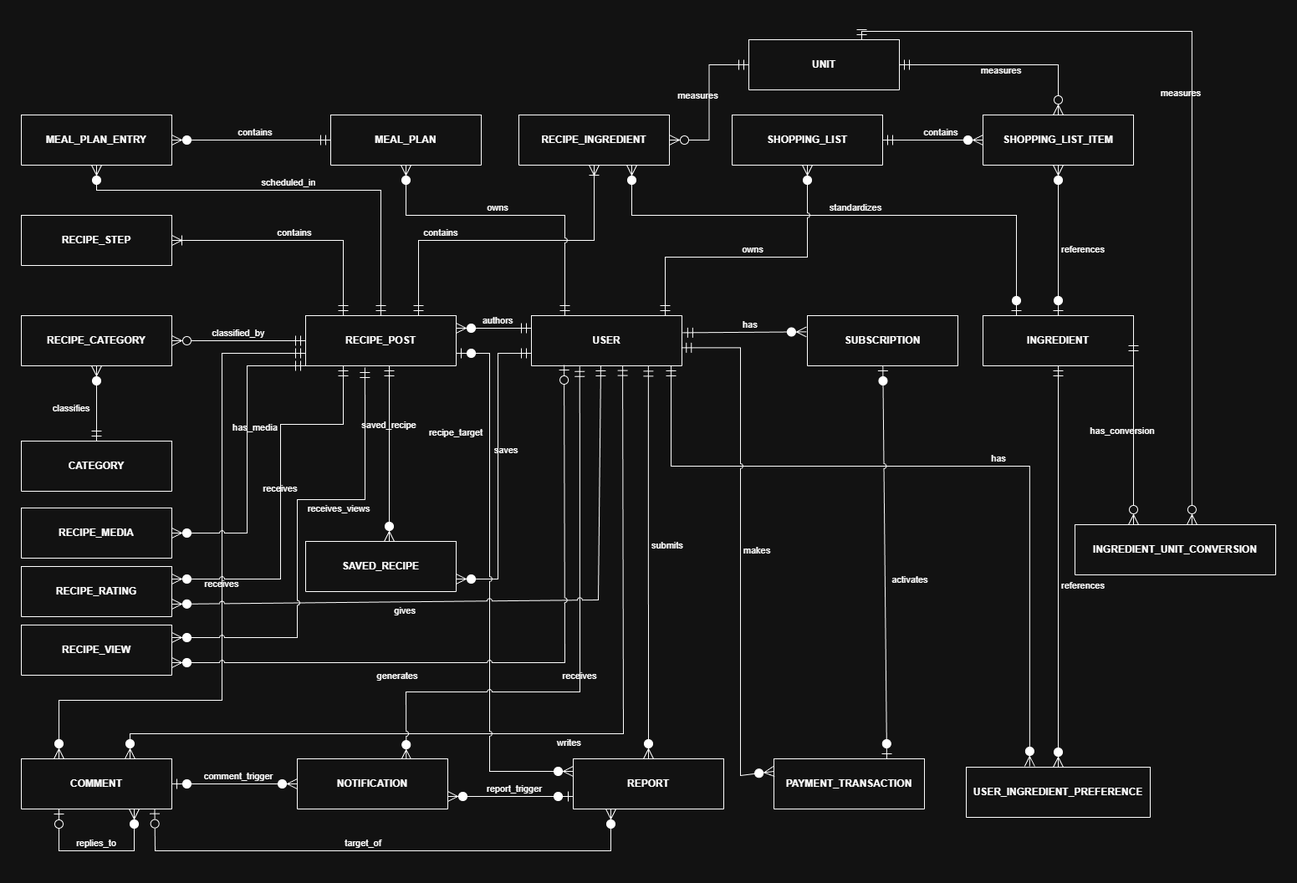
NgaiLong49423/vegetarian-support-system keeps this draw.io diagram as docs/diagrams/ERD/conceptual-erd-v1.0.0.drawio.png. Above is the earlier version. Source tidied: cells renumbered, new cells last; positions are measured from the earlier drawing's top-left corner, leaving out a move shared by most shapes.
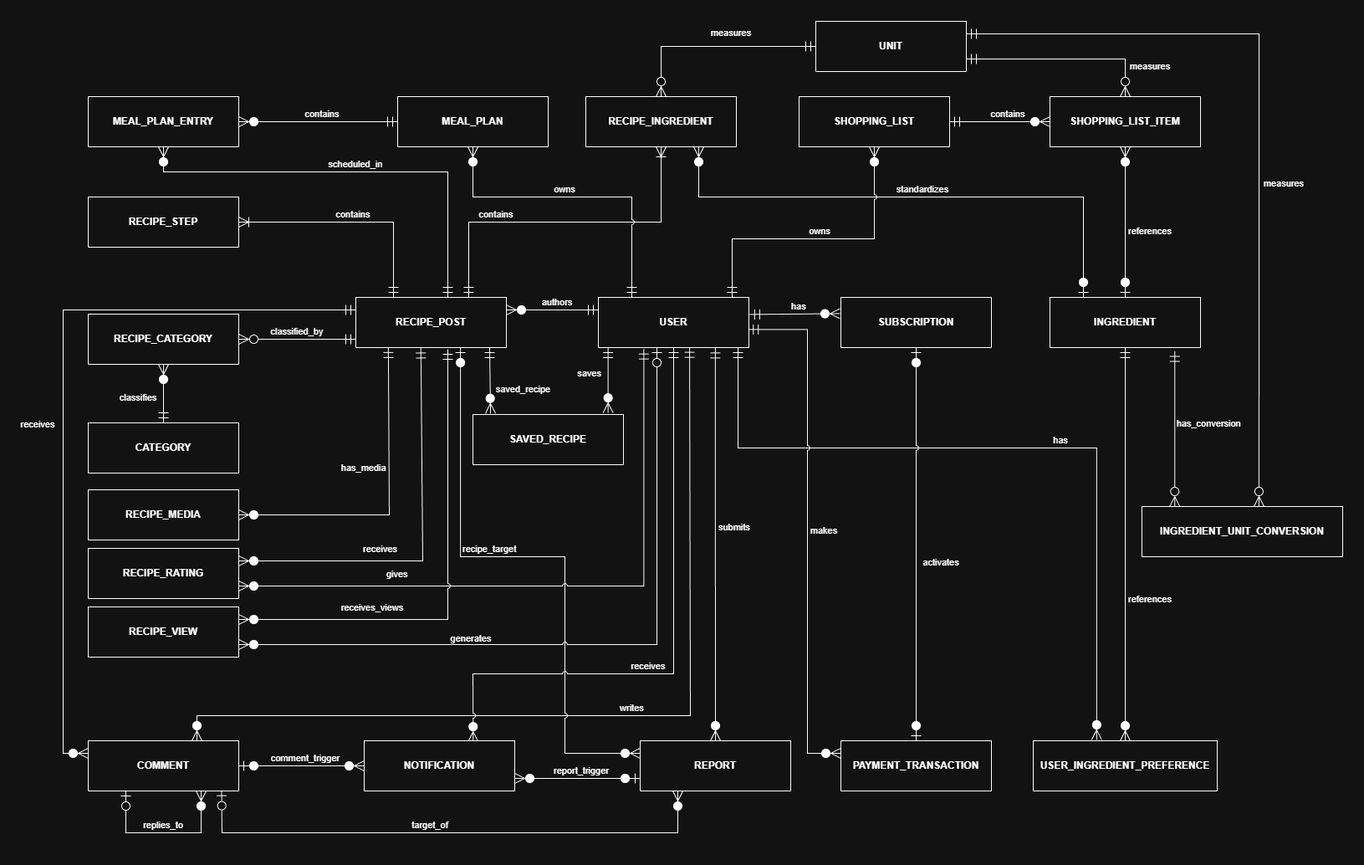
The same file after the commit.

Commit message:
docs(erd): update conceptual erd and add logical erd v0.1.0

What changed in the source:
```diff
@@ -8,3 +8,3 @@
     <mxCell id="3" value="USER_INGREDIENT_PREFERENCE" style="shape=table;startSize=60;whiteSpace=wrap;rowLines=1;fontStyle=1;align=center;labelBackgroundColor=none;" parent="1" vertex="1">
-      <mxGeometry x="1130" y="870" width="220" height="60" as="geometry" />
+      <mxGeometry x="1130" y="860" width="220" height="60" as="geometry" />
     </mxCell>
@@ -14,3 +14,3 @@
     <mxCell id="5" value="RECIPE_POST" style="shape=table;startSize=60;whiteSpace=wrap;rowLines=1;fontStyle=1;align=center;labelBackgroundColor=none;" parent="1" vertex="1">
-      <mxGeometry x="340" y="330" width="180" height="60" as="geometry" />
+      <mxGeometry x="320" y="330" width="180" height="60" as="geometry" />
     </mxCell>
@@ -20,3 +20,3 @@
     <mxCell id="7" value="RECIPE_CATEGORY" style="shape=table;startSize=60;whiteSpace=wrap;rowLines=1;fontStyle=1;align=center;labelBackgroundColor=none;" parent="1" vertex="1">
-      <mxGeometry y="330" width="180" height="60" as="geometry" />
+      <mxGeometry y="350" width="180" height="60" as="geometry" />
     </mxCell>
@@ -44,3 +44,3 @@
     <mxCell id="15" value="SUBSCRIPTION" style="shape=table;startSize=60;whiteSpace=wrap;rowLines=1;fontStyle=1;align=center;labelBackgroundColor=none;" parent="1" vertex="1">
-      <mxGeometry x="940" y="330" width="180" height="60" as="geometry" />
+      <mxGeometry x="900" y="330" width="180" height="60" as="geometry" />
     </mxCell>
@@ -58,3 +58,3 @@
     <mxCell id="18" value="references" style="startArrow=ERmandOne;startSize=10;endArrow=ERzeroToMany;endSize=10;rounded=0;noEdgeStyle=1;jumpStyle=arc;labelBackgroundColor=none;fontColor=default;" parent="1" edge="1" source="4" target="3">
-      <mxGeometry x="0.09" y="30" relative="1" as="geometry" />
+      <mxGeometry x="0.28" y="30" relative="1" as="geometry" />
     </mxCell>
@@ -75,3 +75,7 @@
     <mxCell id="22" value="classified_by" style="startArrow=ERmandOne;startSize=10;endArrow=ERzeroToMany;endSize=10;rounded=0;noEdgeStyle=1;orthogonal=1;labelBackgroundColor=none;fontColor=default;endFill=0;startFill=0;" parent="1" edge="1" source="5" target="7">
-      <mxGeometry y="-10" relative="1" as="geometry" />
+      <mxGeometry y="-10" relative="1" as="geometry">
+        <Array as="points">
+          <mxPoint x="260" y="380" />
+        </Array>
+      </mxGeometry>
     </mxCell>
@@ -80,15 +84,14 @@
     </mxCell>
-    <mxCell id="24" value="saves" style="startArrow=ERmandOne;startSize=10;endArrow=ERzeroToMany;endSize=10;rounded=0;jumpStyle=arc;labelBackgroundColor=none;fontColor=default;exitX=0;exitY=0.75;exitDx=0;exitDy=0;entryX=1;entryY=0.75;entryDx=0;entryDy=0;" parent="1" edge="1" source="2" target="45">
-      <mxGeometry x="-0.14" y="10" relative="1" as="geometry">
-        <Array as="points">
-          <mxPoint x="570" y="375" />
-          <mxPoint x="570" y="645" />
-        </Array>
+    <mxCell id="24" value="saves" style="startArrow=ERmandOne;startSize=10;endArrow=ERzeroToMany;endSize=10;rounded=0;jumpStyle=arc;labelBackgroundColor=none;fontColor=default;" parent="1" edge="1">
+      <mxGeometry x="-0.23" y="-22" relative="1" as="geometry">
+        <mxPoint x="621.6" y="390" as="sourcePoint" />
+        <mxPoint x="621.6" y="468.1" as="targetPoint" />
       </mxGeometry>
     </mxCell>
-    <mxCell id="25" value="saved_recipe" style="startArrow=ERmandOne;startSize=10;endArrow=ERzeroToMany;endSize=10;rounded=0;noEdgeStyle=1;orthogonal=1;jumpStyle=arc;labelBackgroundColor=none;fontColor=default;" parent="1" edge="1" source="5" target="45">
-      <mxGeometry x="-0.33" relative="1" as="geometry">
+    <mxCell id="25" value="saved_recipe" style="startArrow=ERmandOne;startSize=10;endArrow=ERzeroToMany;endSize=10;rounded=0;orthogonal=1;jumpStyle=arc;labelBackgroundColor=none;fontColor=default;entryX=0.117;entryY=-0.021;entryDx=0;entryDy=0;entryPerimeter=0;" parent="1" edge="1" source="5" target="45">
+      <mxGeometry x="0.29" y="40" relative="1" as="geometry">
         <Array as="points">
-          <mxPoint x="440" y="500" />
+          <mxPoint x="480" y="420" />
         </Array>
+        <mxPoint y="-1" as="offset" />
       </mxGeometry>
@@ -96,3 +99,3 @@
     <mxCell id="26" value="writes" style="startArrow=ERmandOne;startSize=10;endArrow=ERzeroToMany;endSize=10;rounded=0;jumpStyle=arc;labelBackgroundColor=none;fontColor=default;entryX=0.722;entryY=0;entryDx=0;entryDy=0;exitX=0.606;exitY=0.993;exitDx=0;exitDy=0;exitPerimeter=0;entryPerimeter=0;" parent="1" edge="1" source="2" target="9">
-      <mxGeometry x="-0.05" y="10" relative="1" as="geometry">
+      <mxGeometry x="-0.04" y="-10" relative="1" as="geometry">
         <Array as="points">
@@ -104,10 +107,9 @@
     </mxCell>
-    <mxCell id="27" value="receives" style="startArrow=ERmandOne;startSize=10;endArrow=ERzeroToMany;endSize=10;rounded=0;orthogonal=1;labelBackgroundColor=none;fontColor=default;entryX=0.25;entryY=0;entryDx=0;entryDy=0;exitX=0;exitY=0.75;exitDx=0;exitDy=0;jumpStyle=arc;" parent="1" edge="1" source="5" target="9">
-      <mxGeometry x="-0.04" relative="1" as="geometry">
+    <mxCell id="27" value="receives" style="startArrow=ERmandOne;startSize=10;endArrow=ERzeroToMany;endSize=10;rounded=0;orthogonal=1;labelBackgroundColor=none;fontColor=default;entryX=0;entryY=0.25;entryDx=0;entryDy=0;exitX=0;exitY=0.25;exitDx=0;exitDy=0;jumpStyle=arc;" parent="1" edge="1" source="5" target="9">
+      <mxGeometry x="0.07" y="-30" relative="1" as="geometry">
         <Array as="points">
-          <mxPoint x="240" y="375" />
-          <mxPoint x="240" y="640" />
-          <mxPoint x="240" y="790" />
-          <mxPoint x="45" y="790" />
+          <mxPoint x="-30" y="345" />
+          <mxPoint x="-30" y="875" />
         </Array>
+        <mxPoint y="1" as="offset" />
       </mxGeometry>
@@ -117,7 +119,9 @@
     </mxCell>
-    <mxCell id="29" value="recipe_target" style="startArrow=ERzeroToOne;startSize=10;endArrow=ERzeroToMany;endSize=10;rounded=0;orthogonal=1;jumpStyle=arc;labelBackgroundColor=none;fontColor=default;exitX=1;exitY=0.75;exitDx=0;exitDy=0;entryX=0;entryY=0.25;entryDx=0;entryDy=0;" parent="1" edge="1" source="5" target="10">
-      <mxGeometry x="-0.58" y="-40" relative="1" as="geometry">
+    <mxCell id="29" value="recipe_target" style="startArrow=ERzeroToOne;startSize=10;endArrow=ERzeroToMany;endSize=10;rounded=0;orthogonal=1;jumpStyle=arc;labelBackgroundColor=none;fontColor=default;entryX=0;entryY=0.25;entryDx=0;entryDy=0;" parent="1" edge="1" target="10">
+      <mxGeometry x="-0.19" y="10" relative="1" as="geometry">
+        <mxPoint x="445.1" y="390" as="sourcePoint" />
         <Array as="points">
-          <mxPoint x="560" y="375" />
-          <mxPoint x="560" y="875" />
+          <mxPoint x="445.1" y="640" />
+          <mxPoint x="570" y="640" />
+          <mxPoint x="570" y="875" />
         </Array>
@@ -165,3 +169,3 @@
           <mxPoint x="860" y="368.4" />
-          <mxPoint x="860" y="880" />
+          <mxPoint x="860" y="875" />
         </Array>
@@ -169,9 +173,9 @@
     </mxCell>
-    <mxCell id="38" value="activates" style="startArrow=ERzeroToOne;startSize=10;endArrow=ERzeroToOne;endSize=10;rounded=0;noEdgeStyle=1;labelBackgroundColor=none;fontColor=default;jumpStyle=arc;exitX=0.75;exitY=0;exitDx=0;exitDy=0;" parent="1" edge="1" source="16" target="15">
+    <mxCell id="38" value="activates" style="startArrow=ERzeroToOne;startSize=10;endArrow=ERzeroToOne;endSize=10;rounded=0;noEdgeStyle=1;labelBackgroundColor=none;fontColor=default;jumpStyle=arc;exitX=0.5;exitY=0;exitDx=0;exitDy=0;" parent="1" edge="1" source="16" target="15">
       <mxGeometry x="-0.09" y="-30" relative="1" as="geometry" />
     </mxCell>
-    <mxCell id="39" value="receives" style="startArrow=ERmandOne;startSize=10;endArrow=ERzeroToMany;endSize=10;rounded=0;jumpStyle=arc;labelBackgroundColor=none;fontColor=default;exitX=0.321;exitY=1.013;exitDx=0;exitDy=0;exitPerimeter=0;entryX=0.724;entryY=0.019;entryDx=0;entryDy=0;entryPerimeter=0;" parent="1" edge="1" source="2" target="43">
-      <mxGeometry x="0.09" relative="1" as="geometry">
+    <mxCell id="39" value="receives" style="startArrow=ERmandOne;startSize=10;endArrow=ERzeroToMany;endSize=10;rounded=0;jumpStyle=arc;labelBackgroundColor=none;fontColor=default;exitX=0.5;exitY=1;exitDx=0;exitDy=0;entryX=0.724;entryY=0.019;entryDx=0;entryDy=0;entryPerimeter=0;" parent="1" edge="1" source="2" target="43">
+      <mxGeometry x="0.18" y="-10" relative="1" as="geometry">
         <Array as="points">
-          <mxPoint x="668" y="780" />
+          <mxPoint x="700" y="780" />
           <mxPoint x="570" y="780" />
@@ -208,3 +212,3 @@
     <mxCell id="45" value="SAVED_RECIPE" style="shape=table;startSize=60;whiteSpace=wrap;rowLines=1;fontStyle=1;align=center;labelBackgroundColor=none;" parent="1" vertex="1">
-      <mxGeometry x="340" y="600" width="180" height="60" as="geometry" />
+      <mxGeometry x="460" y="470" width="180" height="60" as="geometry" />
     </mxCell>
@@ -216,3 +220,3 @@
         <Array as="points">
-          <mxPoint x="385" y="240" />
+          <mxPoint x="365" y="240" />
         </Array>
@@ -220,10 +224,9 @@
     </mxCell>
-    <mxCell id="48" value="RECIPE_MEDIA" style="shape=table;startSize=60;whiteSpace=wrap;rowLines=1;fontStyle=1;align=center;labelBackgroundColor=none;" parent="1" vertex="1">
+    <mxCell id="48" value="RECIPE_MEDIA" style="shape=table;startSize=0;whiteSpace=wrap;rowLines=1;fontStyle=1;align=center;labelBackgroundColor=none;" parent="1" vertex="1">
       <mxGeometry y="560" width="180" height="60" as="geometry" />
     </mxCell>
-    <mxCell id="49" value="&#10;has_media&#10;&#10;" style="startArrow=ERmandOne;startSize=10;endArrow=ERzeroToMany;endSize=10;rounded=0;jumpStyle=arc;labelBackgroundColor=none;fontColor=default;entryX=1;entryY=0.5;entryDx=0;entryDy=0;exitX=0;exitY=1;exitDx=0;exitDy=0;" parent="1" edge="1" source="5" target="48">
-      <mxGeometry x="-0.17" y="10" relative="1" as="geometry">
+    <mxCell id="49" value="&#10;has_media&#10;&#10;" style="startArrow=ERmandOne;startSize=10;endArrow=ERzeroToMany;endSize=10;rounded=0;jumpStyle=arc;labelBackgroundColor=none;fontColor=default;entryX=1;entryY=0.5;entryDx=0;entryDy=0;exitX=0.216;exitY=0.998;exitDx=0;exitDy=0;exitPerimeter=0;" parent="1" edge="1" source="5" target="48">
+      <mxGeometry x="-0.21" y="-30" relative="1" as="geometry">
         <Array as="points">
-          <mxPoint x="270" y="390" />
-          <mxPoint x="270" y="590" />
+          <mxPoint x="360" y="590" />
         </Array>
@@ -234,6 +237,6 @@
     </mxCell>
-    <mxCell id="51" value="gives" style="startArrow=ERmandOne;startSize=10;endArrow=ERzeroToMany;endSize=10;rounded=0;jumpStyle=arc;labelBackgroundColor=none;fontColor=default;exitX=0.461;exitY=1;exitDx=0;exitDy=0;exitPerimeter=0;entryX=1;entryY=0.75;entryDx=0;entryDy=0;" parent="1" edge="1" source="2" target="50">
-      <mxGeometry x="0.29" y="10" relative="1" as="geometry">
+    <mxCell id="51" value="gives" style="startArrow=ERmandOne;startSize=10;endArrow=ERzeroToMany;endSize=10;rounded=0;jumpStyle=arc;labelBackgroundColor=none;fontColor=default;entryX=1;entryY=0.75;entryDx=0;entryDy=0;exitX=0.302;exitY=1.027;exitDx=0;exitDy=0;exitPerimeter=0;" parent="1" edge="1" source="2" target="50">
+      <mxGeometry x="0.51" y="-15" relative="1" as="geometry">
         <Array as="points">
-          <mxPoint x="690" y="670" />
+          <mxPoint x="664.4" y="675" />
         </Array>
@@ -241,8 +244,6 @@
     </mxCell>
-    <mxCell id="52" value="receives" style="startArrow=ERmandOne;startSize=10;endArrow=ERzeroToMany;endSize=10;rounded=0;orthogonal=1;labelBackgroundColor=none;fontColor=default;entryX=1;entryY=0.25;entryDx=0;entryDy=0;exitX=0.25;exitY=1;exitDx=0;exitDy=0;jumpStyle=arc;edgeStyle=orthogonalEdgeStyle;" parent="1" edge="1" source="5" target="50">
-      <mxGeometry x="-0.04" relative="1" as="geometry">
+    <mxCell id="52" value="receives" style="startArrow=ERmandOne;startSize=10;endArrow=ERzeroToMany;endSize=10;rounded=0;orthogonal=1;labelBackgroundColor=none;fontColor=default;entryX=1;entryY=0.25;entryDx=0;entryDy=0;exitX=0.432;exitY=1.007;exitDx=0;exitDy=0;jumpStyle=arc;exitPerimeter=0;" parent="1" edge="1" source="5" target="50">
+      <mxGeometry x="0.28" y="-15" relative="1" as="geometry">
         <Array as="points">
-          <mxPoint x="385" y="460" />
-          <mxPoint x="310" y="460" />
-          <mxPoint x="310" y="645" />
+          <mxPoint x="400" y="645" />
         </Array>
@@ -253,6 +254,8 @@
     </mxCell>
-    <mxCell id="54" value="generates" style="startArrow=ERzeroToOne;startSize=10;endArrow=ERzeroToMany;endSize=10;rounded=0;jumpStyle=arc;labelBackgroundColor=none;fontColor=default;exitX=0.217;exitY=0.983;exitDx=0;exitDy=0;exitPerimeter=0;entryX=1;entryY=0.75;entryDx=0;entryDy=0;startFill=0;" parent="1" edge="1" source="2" target="53">
-      <mxGeometry x="0.35" y="15" relative="1" as="geometry">
+    <mxCell id="54" value="generates" style="startArrow=ERzeroToOne;startSize=10;endArrow=ERzeroToMany;endSize=10;rounded=0;jumpStyle=arc;labelBackgroundColor=none;fontColor=default;entryX=1;entryY=0.75;entryDx=0;entryDy=0;startFill=0;" parent="1" edge="1" target="53">
+      <mxGeometry x="0.35" y="-8" relative="1" as="geometry">
+        <mxPoint x="680" y="390" as="sourcePoint" />
         <Array as="points">
-          <mxPoint x="650" y="745" />
+          <mxPoint x="680" y="450" />
+          <mxPoint x="680" y="745" />
         </Array>
@@ -260,8 +263,7 @@
     </mxCell>
-    <mxCell id="55" value="receives_views" style="startArrow=ERmandOne;startSize=10;endArrow=ERzeroToMany;endSize=10;rounded=0;jumpStyle=arc;labelBackgroundColor=none;fontColor=default;entryX=1;entryY=0.25;entryDx=0;entryDy=0;exitX=0.394;exitY=1.033;exitDx=0;exitDy=0;exitPerimeter=0;" parent="1" edge="1" source="5" target="53">
-      <mxGeometry x="-0.32" y="10" relative="1" as="geometry">
+    <mxCell id="55" value="receives_views" style="startArrow=ERmandOne;startSize=10;endArrow=ERzeroToMany;endSize=10;rounded=0;jumpStyle=arc;labelBackgroundColor=none;fontColor=default;entryX=1;entryY=0.25;entryDx=0;entryDy=0;" parent="1" edge="1" target="53">
+      <mxGeometry x="0.44" y="-15" relative="1" as="geometry">
+        <mxPoint x="430" y="392" as="sourcePoint" />
         <Array as="points">
-          <mxPoint x="411" y="550" />
-          <mxPoint x="330" y="550" />
-          <mxPoint x="330" y="715" />
+          <mxPoint x="430" y="715" />
         </Array>
@@ -272,7 +274,9 @@
     </mxCell>
-    <mxCell id="57" value="&#10;measures&#10;&#10;" style="startArrow=ERzeroToMany;startSize=10;endArrow=ERmandOne;endSize=10;rounded=0;orthogonal=1;labelBackgroundColor=none;fontColor=default;jumpStyle=arc;entryX=0;entryY=0.5;entryDx=0;entryDy=0;endFill=0;startFill=0;edgeStyle=orthogonalEdgeStyle;" parent="1" edge="1" source="6" target="56">
-      <mxGeometry x="0.03" y="13" relative="1" as="geometry" />
+    <mxCell id="57" value="&#10;measures&#10;&#10;" style="startArrow=ERzeroToMany;startSize=10;endArrow=ERmandOne;endSize=10;rounded=0;orthogonal=1;labelBackgroundColor=none;fontColor=default;jumpStyle=arc;entryX=0;entryY=0.5;entryDx=0;entryDy=0;endFill=0;startFill=0;edgeStyle=orthogonalEdgeStyle;exitX=0.5;exitY=0;exitDx=0;exitDy=0;" parent="1" edge="1" source="6" target="56">
+      <mxGeometry x="0.18" y="10" relative="1" as="geometry">
+        <mxPoint x="-1" as="offset" />
+      </mxGeometry>
     </mxCell>
-    <mxCell id="58" value="&#10;measures&#10;&#10;" style="startArrow=ERzeroToMany;startSize=10;endArrow=ERmandOne;endSize=10;rounded=0;orthogonal=1;labelBackgroundColor=none;fontColor=default;jumpStyle=arc;entryX=1;entryY=0.5;entryDx=0;entryDy=0;endFill=0;startFill=0;exitX=0.5;exitY=0;exitDx=0;exitDy=0;edgeStyle=orthogonalEdgeStyle;" parent="1" edge="1" source="14" target="56">
-      <mxGeometry x="0.03" y="13" relative="1" as="geometry" />
+    <mxCell id="58" value="&#10;measures&#10;&#10;" style="startArrow=ERzeroToMany;startSize=10;endArrow=ERmandOne;endSize=10;rounded=0;orthogonal=1;labelBackgroundColor=none;fontColor=default;jumpStyle=arc;entryX=1;entryY=0.75;entryDx=0;entryDy=0;endFill=0;startFill=0;exitX=0.5;exitY=0;exitDx=0;exitDy=0;edgeStyle=orthogonalEdgeStyle;" parent="1" edge="1" source="14" target="56">
+      <mxGeometry x="-0.74" y="-30" relative="1" as="geometry" />
     </mxCell>
@@ -281,7 +285,11 @@
     </mxCell>
-    <mxCell id="60" value="has_conversion" style="startArrow=ERzeroToMany;startSize=10;endArrow=ERmandOne;endSize=10;rounded=0;orthogonal=1;labelBackgroundColor=none;fontColor=default;jumpStyle=arc;entryX=1;entryY=0.5;entryDx=0;entryDy=0;endFill=0;startFill=0;" parent="1" edge="1" source="59" target="4">
-      <mxGeometry x="0.03" y="13" relative="1" as="geometry" />
+    <mxCell id="60" value="has_conversion" style="startArrow=ERzeroToMany;startSize=10;endArrow=ERmandOne;endSize=10;rounded=0;orthogonal=1;labelBackgroundColor=none;fontColor=default;jumpStyle=arc;entryX=0.829;entryY=1.074;entryDx=0;entryDy=0;endFill=0;startFill=0;entryPerimeter=0;" parent="1" edge="1" source="59" target="4">
+      <mxGeometry x="0.08" y="-41" relative="1" as="geometry" />
     </mxCell>
-    <mxCell id="61" value="&#10;measures&#10;&#10;" style="startArrow=ERzeroToMany;startSize=10;endArrow=ERmandOne;endSize=10;rounded=0;orthogonal=1;labelBackgroundColor=none;fontColor=default;jumpStyle=arc;entryX=0.75;entryY=0;entryDx=0;entryDy=0;endFill=0;startFill=0;exitX=0.583;exitY=0;exitDx=0;exitDy=0;exitPerimeter=0;edgeStyle=orthogonalEdgeStyle;" parent="1" edge="1" source="59" target="56">
-      <mxGeometry x="0.03" y="13" relative="1" as="geometry" />
+    <mxCell id="61" value="&#10;measures&#10;&#10;" style="startArrow=ERzeroToMany;startSize=10;endArrow=ERmandOne;endSize=10;rounded=0;orthogonal=1;labelBackgroundColor=none;fontColor=default;jumpStyle=arc;entryX=1;entryY=0.25;entryDx=0;entryDy=0;endFill=0;startFill=0;exitX=0.583;exitY=0;exitDx=0;exitDy=0;exitPerimeter=0;" parent="1" edge="1" source="59" target="56">
+      <mxGeometry x="-0.17" y="-30" relative="1" as="geometry">
+        <Array as="points">
+          <mxPoint x="1400" y="15" />
+        </Array>
+      </mxGeometry>
     </mxCell>
```
